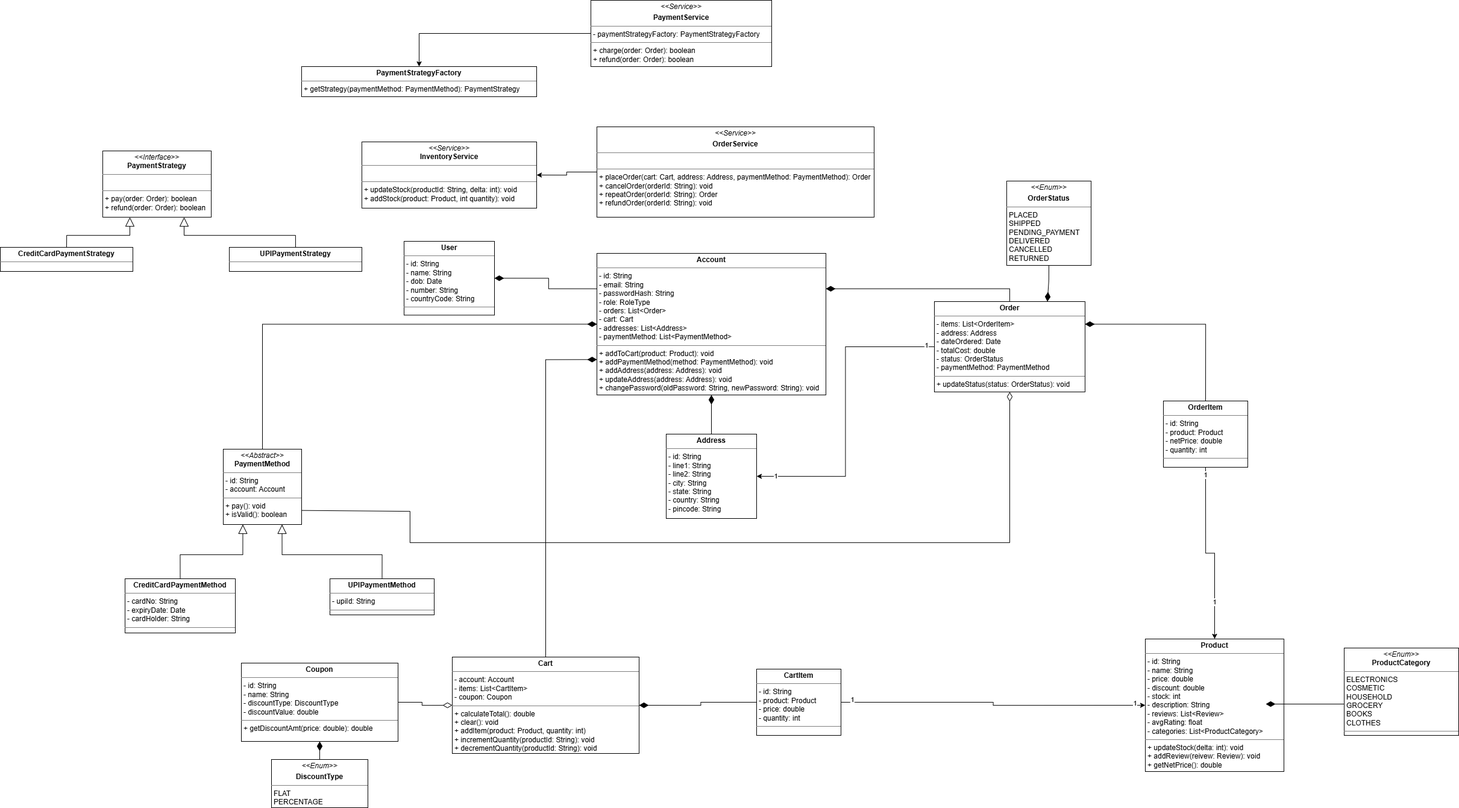
Before: uml/class-diagram.png, a diagram exported from draw.io (Prateik-Lohani-07/buystuff). Source tidied: cells renumbered, new cells last; positions are measured from the earlier drawing's top-left corner, leaving out a move shared by most shapes.
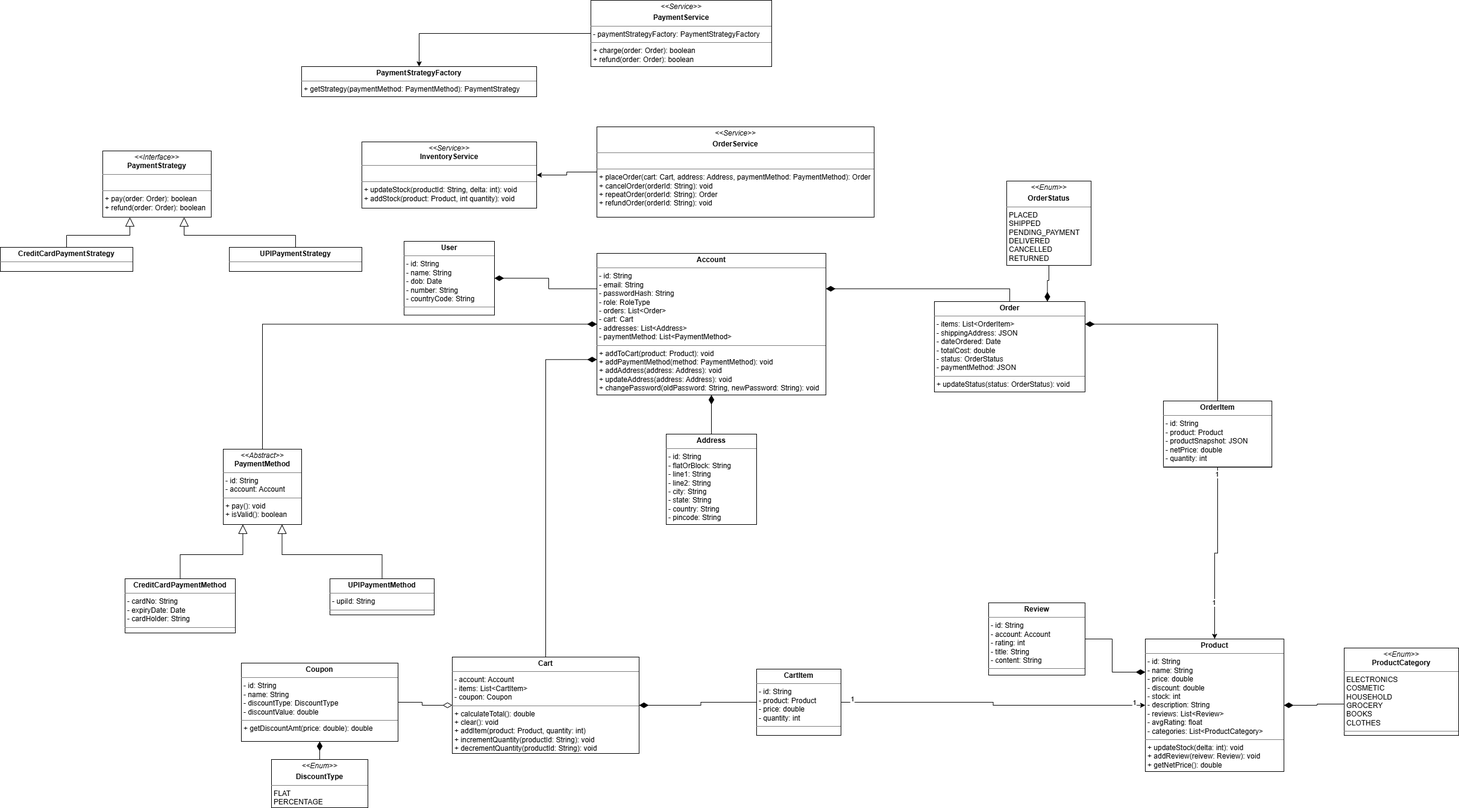
Later version of the same file.

Commit message:
updated: class diagram and added data model

What changed in the source:
```diff
@@ -11,16 +11,7 @@
     <mxCell id="4" style="edgeStyle=orthogonalEdgeStyle;rounded=0;jettySize=auto;html=1;exitX=0.5;exitY=0;exitDx=0;exitDy=0;entryX=1;entryY=0.25;entryDx=0;entryDy=0;endArrow=diamondThin;endFill=1;endSize=13;" parent="1" edge="1" source="8" target="15">
       <mxGeometry relative="1" as="geometry" />
     </mxCell>
-    <mxCell id="5" style="edgeStyle=orthogonalEdgeStyle;rounded=0;jettySize=auto;html=1;exitX=0;exitY=0.5;exitDx=0;exitDy=0;entryX=1;entryY=0.5;entryDx=0;entryDy=0;" parent="1" edge="1" source="8" target="17">
-      <mxGeometry relative="1" as="geometry" />
-    </mxCell>
-    <mxCell id="6" value="1" style="edgeLabel;html=1;align=center;verticalAlign=middle;" parent="5" vertex="1">
-      <mxGeometry x="-0.94" y="-3" relative="1" as="geometry" />
-    </mxCell>
-    <mxCell id="7" value="1" style="edgeLabel;html=1;align=center;verticalAlign=middle;" parent="5" vertex="1">
-      <mxGeometry x="0.89" y="-1" relative="1" as="geometry" />
-    </mxCell>
-    <mxCell id="8" value="&lt;p style=&quot;margin:0px;margin-top:4px;text-align:center;&quot;&gt;&lt;b&gt;Order&lt;/b&gt;&lt;/p&gt;&lt;hr size=&quot;1&quot; style=&quot;border-style:solid;&quot;&gt;&lt;p style=&quot;margin:0px;margin-left:4px;&quot;&gt;- items: List&amp;lt;OrderItem&amp;gt;&lt;/p&gt;&lt;p style=&quot;margin:0px;margin-left:4px;&quot;&gt;- address: Address&lt;/p&gt;&lt;p style=&quot;margin:0px;margin-left:4px;&quot;&gt;- dateOrdered: Date&lt;/p&gt;&lt;p style=&quot;margin:0px;margin-left:4px;&quot;&gt;- totalCost: double&lt;/p&gt;&lt;p style=&quot;margin:0px;margin-left:4px;&quot;&gt;- status: OrderStatus&lt;/p&gt;&lt;p style=&quot;margin:0px;margin-left:4px;&quot;&gt;- paymentMethod: PaymentMethod&lt;/p&gt;&lt;hr size=&quot;1&quot; style=&quot;border-style:solid;&quot;&gt;&lt;p style=&quot;margin:0px;margin-left:4px;&quot;&gt;+ updateStatus(status: OrderStatus): void&lt;/p&gt;" style="verticalAlign=top;align=left;overflow=fill;html=1;whiteSpace=wrap;" parent="1" vertex="1">
+    <mxCell id="8" value="&lt;p style=&quot;margin:0px;margin-top:4px;text-align:center;&quot;&gt;&lt;b&gt;Order&lt;/b&gt;&lt;/p&gt;&lt;hr size=&quot;1&quot; style=&quot;border-style:solid;&quot;&gt;&lt;p style=&quot;margin:0px;margin-left:4px;&quot;&gt;- items: List&amp;lt;OrderItem&amp;gt;&lt;/p&gt;&lt;p style=&quot;margin:0px;margin-left:4px;&quot;&gt;- shippingAddress: JSON&lt;/p&gt;&lt;p style=&quot;margin:0px;margin-left:4px;&quot;&gt;- dateOrdered: Date&lt;/p&gt;&lt;p style=&quot;margin:0px;margin-left:4px;&quot;&gt;- totalCost: double&lt;/p&gt;&lt;p style=&quot;margin:0px;margin-left:4px;&quot;&gt;- status: OrderStatus&lt;/p&gt;&lt;p style=&quot;margin:0px;margin-left:4px;&quot;&gt;- paymentMethod: JSON&lt;/p&gt;&lt;hr size=&quot;1&quot; style=&quot;border-style:solid;&quot;&gt;&lt;p style=&quot;margin:0px;margin-left:4px;&quot;&gt;+ updateStatus(status: OrderStatus): void&lt;/p&gt;" style="verticalAlign=top;align=left;overflow=fill;html=1;whiteSpace=wrap;" parent="1" vertex="1">
       <mxGeometry x="1550" y="500" width="250" height="150" as="geometry" />
     </mxCell>
     <mxCell id="9" style="edgeStyle=orthogonalEdgeStyle;rounded=0;jettySize=auto;html=1;exitX=0.5;exitY=0;exitDx=0;exitDy=0;entryX=1;entryY=0.25;entryDx=0;entryDy=0;endArrow=diamondThin;endFill=1;endSize=13;" parent="1" edge="1" source="13" target="8">
@@ -35,8 +26,8 @@
     <mxCell id="12" value="1" style="edgeLabel;html=1;align=center;verticalAlign=middle;" parent="10" vertex="1">
       <mxGeometry x="0.59" y="-1" relative="1" as="geometry" />
     </mxCell>
-    <mxCell id="13" value="&lt;p style=&quot;margin:0px;margin-top:4px;text-align:center;&quot;&gt;&lt;b&gt;OrderItem&lt;/b&gt;&lt;/p&gt;&lt;hr size=&quot;1&quot; style=&quot;border-style:solid;&quot;&gt;&lt;p style=&quot;margin:0px;margin-left:4px;&quot;&gt;- id: String&lt;/p&gt;&lt;p style=&quot;margin:0px;margin-left:4px;&quot;&gt;- product: Product&lt;/p&gt;&lt;p style=&quot;margin:0px;margin-left:4px;&quot;&gt;- netPrice: double&lt;/p&gt;&lt;p style=&quot;margin:0px;margin-left:4px;&quot;&gt;- quantity: int&lt;/p&gt;&lt;hr size=&quot;1&quot; style=&quot;border-style:solid;&quot;&gt;&lt;p style=&quot;margin:0px;margin-left:4px;&quot;&gt;&lt;br&gt;&lt;/p&gt;" style="verticalAlign=top;align=left;overflow=fill;html=1;whiteSpace=wrap;" parent="1" vertex="1">
-      <mxGeometry x="1930" y="665" width="140" height="110" as="geometry" />
+    <mxCell id="13" value="&lt;p style=&quot;margin:0px;margin-top:4px;text-align:center;&quot;&gt;&lt;b&gt;OrderItem&lt;/b&gt;&lt;/p&gt;&lt;hr size=&quot;1&quot; style=&quot;border-style:solid;&quot;&gt;&lt;p style=&quot;margin:0px;margin-left:4px;&quot;&gt;- id: String&lt;/p&gt;&lt;p style=&quot;margin:0px;margin-left:4px;&quot;&gt;- product: Product&lt;/p&gt;&lt;p style=&quot;margin:0px;margin-left:4px;&quot;&gt;- productSnapshot: JSON&lt;/p&gt;&lt;p style=&quot;margin:0px;margin-left:4px;&quot;&gt;- netPrice: double&lt;/p&gt;&lt;p style=&quot;margin:0px;margin-left:4px;&quot;&gt;- quantity: int&lt;/p&gt;&lt;hr size=&quot;1&quot; style=&quot;border-style:solid;&quot;&gt;&lt;p style=&quot;margin:0px;margin-left:4px;&quot;&gt;&lt;br&gt;&lt;/p&gt;" style="verticalAlign=top;align=left;overflow=fill;html=1;whiteSpace=wrap;" parent="1" vertex="1">
+      <mxGeometry x="1930" y="665" width="180" height="110" as="geometry" />
     </mxCell>
     <mxCell id="14" style="edgeStyle=orthogonalEdgeStyle;rounded=0;jettySize=auto;html=1;exitX=0.5;exitY=1;exitDx=0;exitDy=0;entryX=0.5;entryY=0;entryDx=0;entryDy=0;endArrow=none;endFill=0;startArrow=diamondThin;startFill=1;endSize=6;startSize=13;" parent="1" edge="1" source="15" target="17">
       <mxGeometry relative="1" as="geometry" />
@@ -47,8 +38,8 @@
     <mxCell id="16" style="edgeStyle=orthogonalEdgeStyle;rounded=0;jettySize=auto;html=1;exitX=0;exitY=0.25;exitDx=0;exitDy=0;entryX=1;entryY=0.5;entryDx=0;entryDy=0;endArrow=diamondThin;endFill=1;endSize=13;" parent="1" edge="1" source="15" target="2">
       <mxGeometry relative="1" as="geometry" />
     </mxCell>
-    <mxCell id="17" value="&lt;p style=&quot;margin:0px;margin-top:4px;text-align:center;&quot;&gt;&lt;b&gt;Address&lt;/b&gt;&lt;/p&gt;&lt;hr size=&quot;1&quot; style=&quot;border-style:solid;&quot;&gt;&lt;p style=&quot;margin: 0px 0px 0px 4px;&quot;&gt;- id: String&lt;/p&gt;&lt;p style=&quot;margin: 0px 0px 0px 4px;&quot;&gt;- line1: String&lt;/p&gt;&lt;p style=&quot;margin: 0px 0px 0px 4px;&quot;&gt;- line2: String&lt;/p&gt;&lt;p style=&quot;margin: 0px 0px 0px 4px;&quot;&gt;- city: String&lt;/p&gt;&lt;p style=&quot;margin: 0px 0px 0px 4px;&quot;&gt;- state: String&lt;/p&gt;&lt;p style=&quot;margin: 0px 0px 0px 4px;&quot;&gt;- country: String&lt;/p&gt;&lt;p style=&quot;margin: 0px 0px 0px 4px;&quot;&gt;- pincode: String&lt;/p&gt;" style="verticalAlign=top;align=left;overflow=fill;html=1;whiteSpace=wrap;" parent="1" vertex="1">
-      <mxGeometry x="1105" y="720" width="150" height="140" as="geometry" />
+    <mxCell id="17" value="&lt;p style=&quot;margin:0px;margin-top:4px;text-align:center;&quot;&gt;&lt;b&gt;Address&lt;/b&gt;&lt;/p&gt;&lt;hr size=&quot;1&quot; style=&quot;border-style:solid;&quot;&gt;&lt;p style=&quot;margin: 0px 0px 0px 4px;&quot;&gt;- id: String&lt;/p&gt;&lt;p style=&quot;margin: 0px 0px 0px 4px;&quot;&gt;- flatOrBlock: String&lt;/p&gt;&lt;p style=&quot;margin: 0px 0px 0px 4px;&quot;&gt;- line1: String&lt;/p&gt;&lt;p style=&quot;margin: 0px 0px 0px 4px;&quot;&gt;- line2: String&lt;/p&gt;&lt;p style=&quot;margin: 0px 0px 0px 4px;&quot;&gt;- city: String&lt;/p&gt;&lt;p style=&quot;margin: 0px 0px 0px 4px;&quot;&gt;- state: String&lt;/p&gt;&lt;p style=&quot;margin: 0px 0px 0px 4px;&quot;&gt;- country: String&lt;/p&gt;&lt;p style=&quot;margin: 0px 0px 0px 4px;&quot;&gt;- pincode: String&lt;/p&gt;" style="verticalAlign=top;align=left;overflow=fill;html=1;whiteSpace=wrap;" parent="1" vertex="1">
+      <mxGeometry x="1105" y="720" width="150" height="150" as="geometry" />
     </mxCell>
     <mxCell id="18" style="edgeStyle=orthogonalEdgeStyle;rounded=0;jettySize=auto;html=1;exitX=0.5;exitY=1;exitDx=0;exitDy=0;entryX=0.75;entryY=0;entryDx=0;entryDy=0;endArrow=diamondThin;endFill=1;endSize=13;" parent="1" edge="1" source="19" target="8">
       <mxGeometry relative="1" as="geometry" />
@@ -98,10 +89,9 @@
     <mxCell id="33" value="&lt;p style=&quot;margin:0px;margin-top:4px;text-align:center;&quot;&gt;&lt;i&gt;&amp;lt;&amp;lt;Enum&amp;gt;&amp;gt;&lt;/i&gt;&lt;/p&gt;&lt;p style=&quot;margin:0px;margin-top:4px;text-align:center;&quot;&gt;&lt;b&gt;DiscountType&lt;/b&gt;&lt;/p&gt;&lt;hr size=&quot;1&quot; style=&quot;border-style:solid;&quot;&gt;&lt;p style=&quot;margin:0px;margin-left:4px;&quot;&gt;FLAT&lt;/p&gt;&lt;p style=&quot;margin:0px;margin-left:4px;&quot;&gt;PERCENTAGE&lt;/p&gt;&lt;p style=&quot;margin:0px;margin-left:4px;&quot;&gt;&lt;br&gt;&lt;/p&gt;" style="verticalAlign=top;align=left;overflow=fill;html=1;whiteSpace=wrap;" parent="1" vertex="1">
       <mxGeometry x="450" y="1260" width="160" height="80" as="geometry" />
     </mxCell>
-    <mxCell id="34" style="edgeStyle=orthogonalEdgeStyle;rounded=0;orthogonalLoop=1;jettySize=auto;html=1;exitX=0;exitY=0.5;exitDx=0;exitDy=0;entryX=1;entryY=0.5;entryDx=0;entryDy=0;endArrow=diamondThin;endFill=1;endSize=13;" parent="1" edge="1">
+    <mxCell id="34" style="edgeStyle=orthogonalEdgeStyle;rounded=0;jettySize=auto;html=1;exitX=0;exitY=0.5;exitDx=0;exitDy=0;entryX=1;entryY=0.5;entryDx=0;entryDy=0;endArrow=diamondThin;endFill=1;endSize=13;" parent="1" edge="1" target="3">
       <mxGeometry relative="1" as="geometry">
         <mxPoint x="2230" y="1168" as="sourcePoint" />
-        <mxPoint x="2100" y="1168" as="targetPoint" />
       </mxGeometry>
     </mxCell>
     <mxCell id="35" value="&lt;p style=&quot;margin:0px;margin-top:4px;text-align:center;&quot;&gt;&lt;i&gt;&amp;lt;&amp;lt;Enum&amp;gt;&amp;gt;&lt;/i&gt;&lt;br&gt;&lt;b style=&quot;text-align: left;&quot;&gt;ProductCategory&lt;/b&gt;&lt;/p&gt;&lt;hr size=&quot;1&quot; style=&quot;border-style:solid;&quot;&gt;&lt;p style=&quot;margin: 0px 0px 0px 4px;&quot;&gt;ELECTRONICS&lt;/p&gt;&lt;p style=&quot;margin: 0px 0px 0px 4px;&quot;&gt;COSMETIC&lt;/p&gt;&lt;p style=&quot;margin: 0px 0px 0px 4px;&quot;&gt;HOUSEHOLD&lt;/p&gt;&lt;p style=&quot;margin: 0px 0px 0px 4px;&quot;&gt;GROCERY&lt;/p&gt;&lt;p style=&quot;margin: 0px 0px 0px 4px;&quot;&gt;BOOKS&lt;/p&gt;&lt;p style=&quot;margin: 0px 0px 0px 4px;&quot;&gt;CLOTHES&lt;/p&gt;&lt;hr size=&quot;1&quot; style=&quot;border-style:solid;&quot;&gt;&lt;p style=&quot;margin:0px;margin-left:4px;&quot;&gt;&lt;br&gt;&lt;/p&gt;" style="verticalAlign=top;align=left;overflow=fill;html=1;whiteSpace=wrap;" parent="1" vertex="1">
@@ -110,16 +100,6 @@
     <mxCell id="36" style="edgeStyle=orthogonalEdgeStyle;rounded=0;jettySize=auto;html=1;exitX=0.5;exitY=0;exitDx=0;exitDy=0;entryX=0;entryY=0.5;entryDx=0;entryDy=0;endArrow=diamondThin;endFill=1;endSize=13;" parent="1" edge="1" source="38" target="15">
       <mxGeometry relative="1" as="geometry" />
     </mxCell>
-    <mxCell id="37" style="edgeStyle=orthogonalEdgeStyle;rounded=0;jettySize=auto;html=1;exitX=0.992;exitY=0.813;exitDx=0;exitDy=0;entryX=0.5;entryY=1;entryDx=0;entryDy=0;endArrow=diamondThin;endFill=0;endSize=13;exitPerimeter=0;" parent="1" edge="1" source="38" target="8">
-      <mxGeometry relative="1" as="geometry">
-        <Array as="points">
-          <mxPoint x="499" y="848" />
-          <mxPoint x="680" y="848" />
-          <mxPoint x="680" y="900" />
-          <mxPoint x="1675" y="900" />
-        </Array>
-      </mxGeometry>
-    </mxCell>
     <mxCell id="38" value="&lt;p style=&quot;margin:0px;margin-top:4px;text-align:center;&quot;&gt;&lt;i&gt;&amp;lt;&amp;lt;Abstract&amp;gt;&amp;gt;&lt;/i&gt;&lt;br&gt;&lt;b&gt;PaymentMethod&lt;/b&gt;&lt;/p&gt;&lt;hr size=&quot;1&quot; style=&quot;border-style:solid;&quot;&gt;&lt;p style=&quot;margin:0px;margin-left:4px;&quot;&gt;- id: String&lt;/p&gt;&lt;p style=&quot;margin:0px;margin-left:4px;&quot;&gt;- account: Account&lt;/p&gt;&lt;hr size=&quot;1&quot; style=&quot;border-style:solid;&quot;&gt;&lt;p style=&quot;margin:0px;margin-left:4px;&quot;&gt;+ pay(): void&lt;br&gt;&lt;/p&gt;&lt;p style=&quot;margin:0px;margin-left:4px;&quot;&gt;+ isValid(): boolean&lt;/p&gt;" style="verticalAlign=top;align=left;overflow=fill;html=1;whiteSpace=wrap;" parent="1" vertex="1">
       <mxGeometry x="370" y="745" width="130" height="125" as="geometry" />
     </mxCell>
@@ -159,5 +139,11 @@
     <mxCell id="50" value="&lt;p style=&quot;margin:0px;margin-top:4px;text-align:center;&quot;&gt;&lt;i&gt;&amp;lt;&amp;lt;Service&amp;gt;&amp;gt;&lt;/i&gt;&lt;/p&gt;&lt;p style=&quot;margin:0px;margin-top:4px;text-align:center;&quot;&gt;&lt;b&gt;PaymentService&lt;/b&gt;&lt;/p&gt;&lt;hr size=&quot;1&quot; style=&quot;border-style:solid;&quot;&gt;&lt;p style=&quot;margin:0px;margin-left:4px;&quot;&gt;- paymentStrategyFactory: P&lt;span style=&quot;background-color: transparent; color: light-dark(rgb(0, 0, 0), rgb(255, 255, 255));&quot;&gt;aymentStrategyFactory&lt;/span&gt;&lt;/p&gt;&lt;hr size=&quot;1&quot; style=&quot;border-style:solid;&quot;&gt;&lt;p style=&quot;margin: 0px 0px 0px 4px;&quot;&gt;+ charge(order: Order): boolean&lt;/p&gt;&lt;p style=&quot;margin: 0px 0px 0px 4px;&quot;&gt;+ refund(order: Order): boolean&lt;/p&gt;&lt;p style=&quot;margin: 0px 0px 0px 4px;&quot;&gt;&lt;br&gt;&lt;/p&gt;&lt;p style=&quot;margin: 0px 0px 0px 4px;&quot;&gt;&lt;br&gt;&lt;/p&gt;" style="verticalAlign=top;align=left;overflow=fill;html=1;whiteSpace=wrap;" parent="1" vertex="1">
       <mxGeometry x="980" width="300" height="110" as="geometry" />
     </mxCell>
+    <mxCell id="51" style="edgeStyle=orthogonalEdgeStyle;rounded=0;jettySize=auto;html=1;exitX=1;exitY=0.5;exitDx=0;exitDy=0;entryX=0;entryY=0.25;entryDx=0;entryDy=0;endArrow=diamondThin;endFill=1;endSize=13;" parent="1" edge="1" source="52" target="3">
+      <mxGeometry relative="1" as="geometry" />
+    </mxCell>
+    <mxCell id="52" value="&lt;p style=&quot;margin:0px;margin-top:4px;text-align:center;&quot;&gt;&lt;b&gt;Review&lt;/b&gt;&lt;/p&gt;&lt;hr size=&quot;1&quot; style=&quot;border-style:solid;&quot;&gt;&lt;p style=&quot;margin:0px;margin-left:4px;&quot;&gt;- id: String&lt;/p&gt;&lt;p style=&quot;margin:0px;margin-left:4px;&quot;&gt;- account: Account&lt;/p&gt;&lt;p style=&quot;margin:0px;margin-left:4px;&quot;&gt;- rating: int&lt;/p&gt;&lt;p style=&quot;margin:0px;margin-left:4px;&quot;&gt;- title: String&lt;/p&gt;&lt;p style=&quot;margin:0px;margin-left:4px;&quot;&gt;- content: String&lt;/p&gt;&lt;hr size=&quot;1&quot; style=&quot;border-style:solid;&quot;&gt;&lt;p style=&quot;margin:0px;margin-left:4px;&quot;&gt;&lt;br&gt;&lt;/p&gt;" style="verticalAlign=top;align=left;overflow=fill;html=1;whiteSpace=wrap;" parent="1" vertex="1">
+      <mxGeometry x="1640" y="1000" width="160" height="120" as="geometry" />
+    </mxCell>
   </root>
 </mxGraphModel>
```
